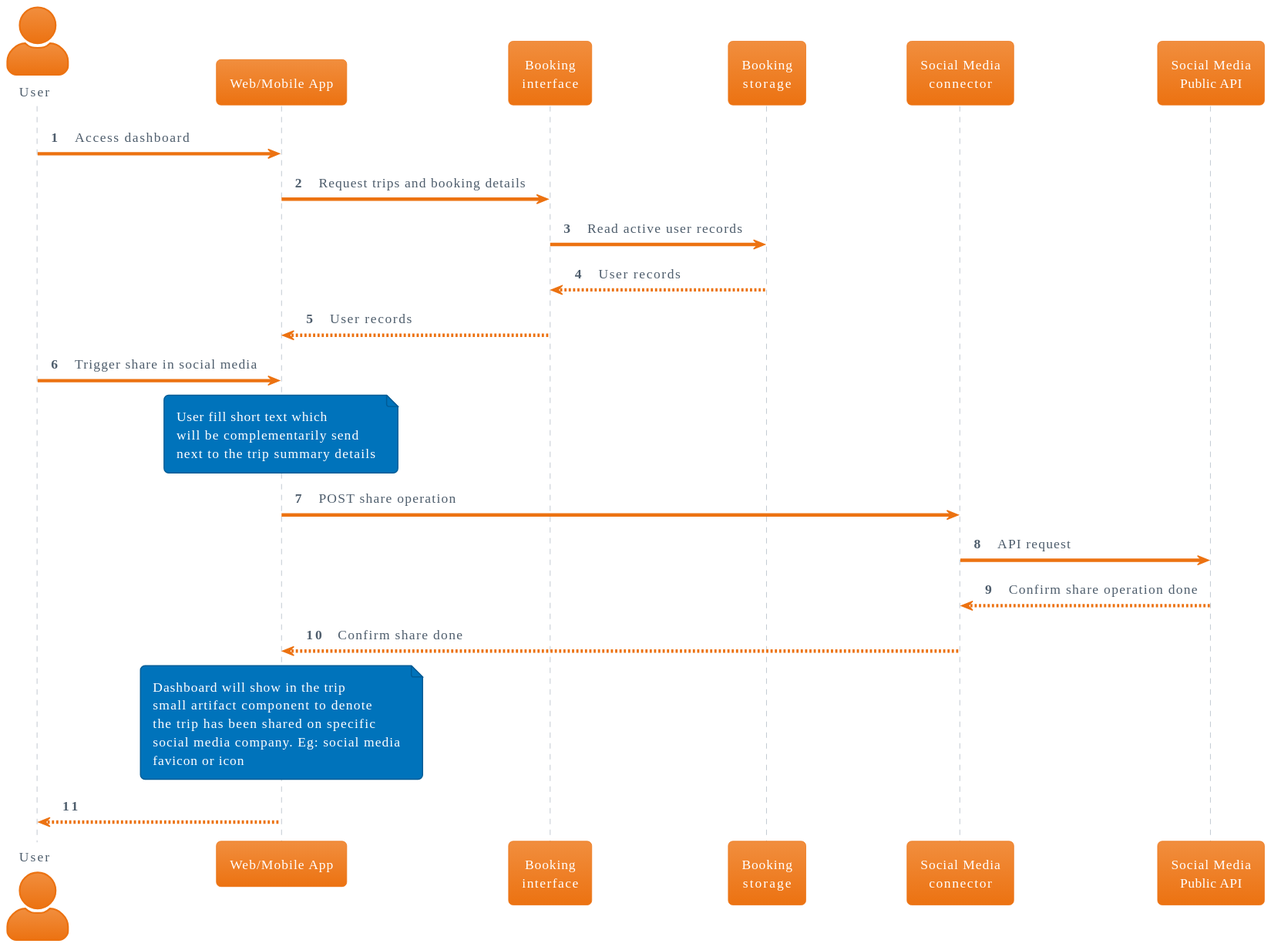
Before: doc/use_cases/user_share_trip_on_social_media.svg, a diagram exported from PlantUML (relic-da/ArchEnemies).
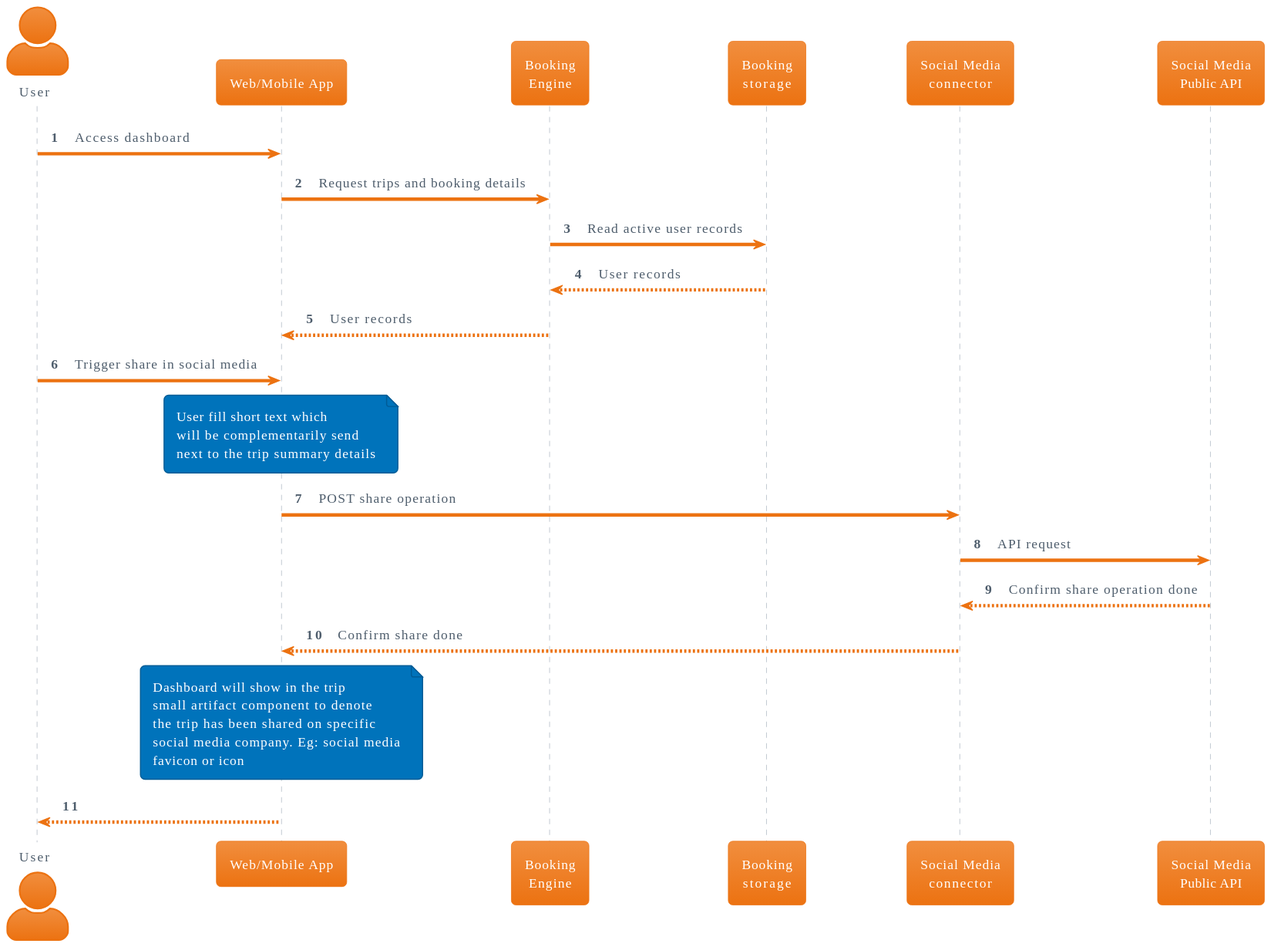
The same diagram one commit later.

Change to the diagram source:
```diff
@@ -8,16 +8,16 @@
 
 actor "User" as user
 participant "Web/Mobile App" as app
-participant "Booking\ninterface" as booking_interface
+participant "Booking\nEngine" as booking_engine
 participant "Booking\nstorage" as booking_storage
 participant "Social Media\nconnector" as social_connector
 participant "Social Media\nPublic API" as social_api
 
 user -> app: Access dashboard
-app -> booking_interface: Request trips and booking details
-booking_interface -> booking_storage: Read active user records
+app -> booking_engine: Request trips and booking details
+booking_engine -> booking_storage: Read active user records
 return User records
-booking_interface --> app: User records
+booking_engine --> app: User records
 user -> app: Trigger share in social media
 note over app
     User fill short text which
```
